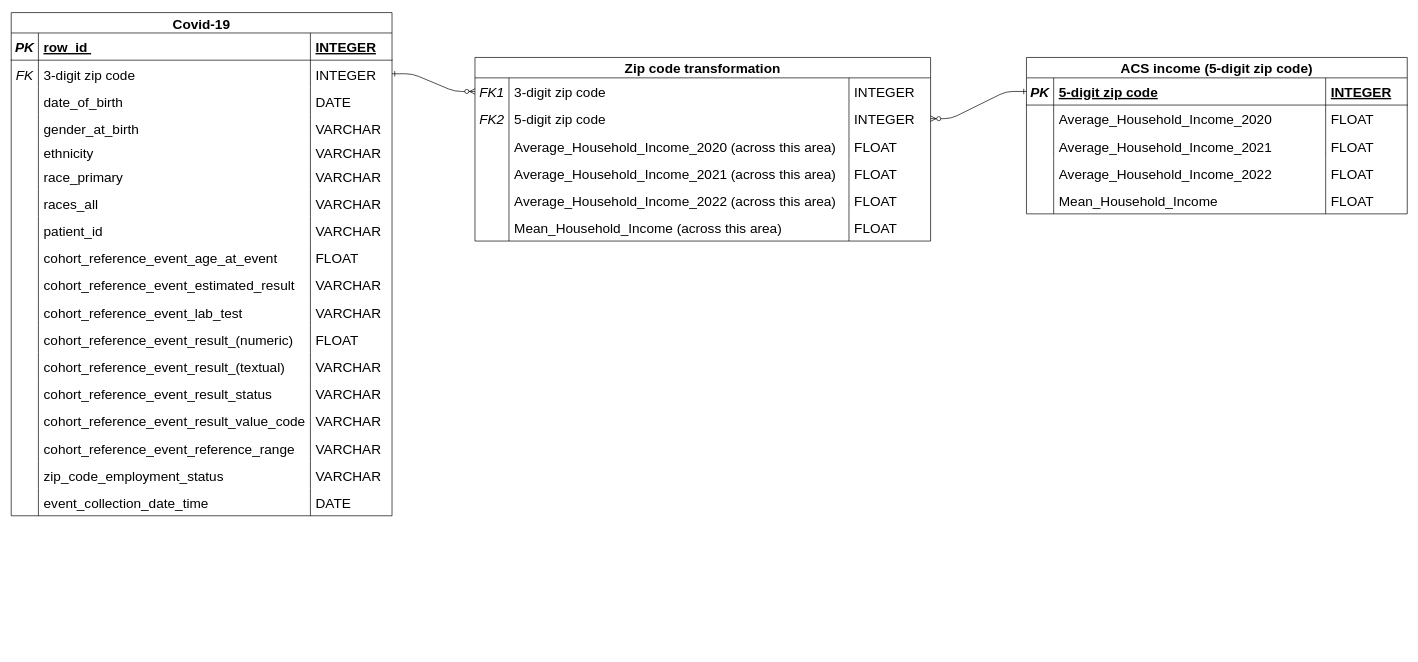
This is methods/covid_income_diagram.drawio from ronghanli2002/Analyzing-COVID-19-Disparities-in-Missouri-Through-a-Socioeconomic-Lens, a draw.io file, before an edit. Source tidied: cells renumbered, new cells numbered last; positions are measured from the earlier drawing's top-left corner, leaving out a move shared by most shapes. Both pictures are drawn from the tidied source at 68%, with x=0, y=0 at pixel (11, 12).
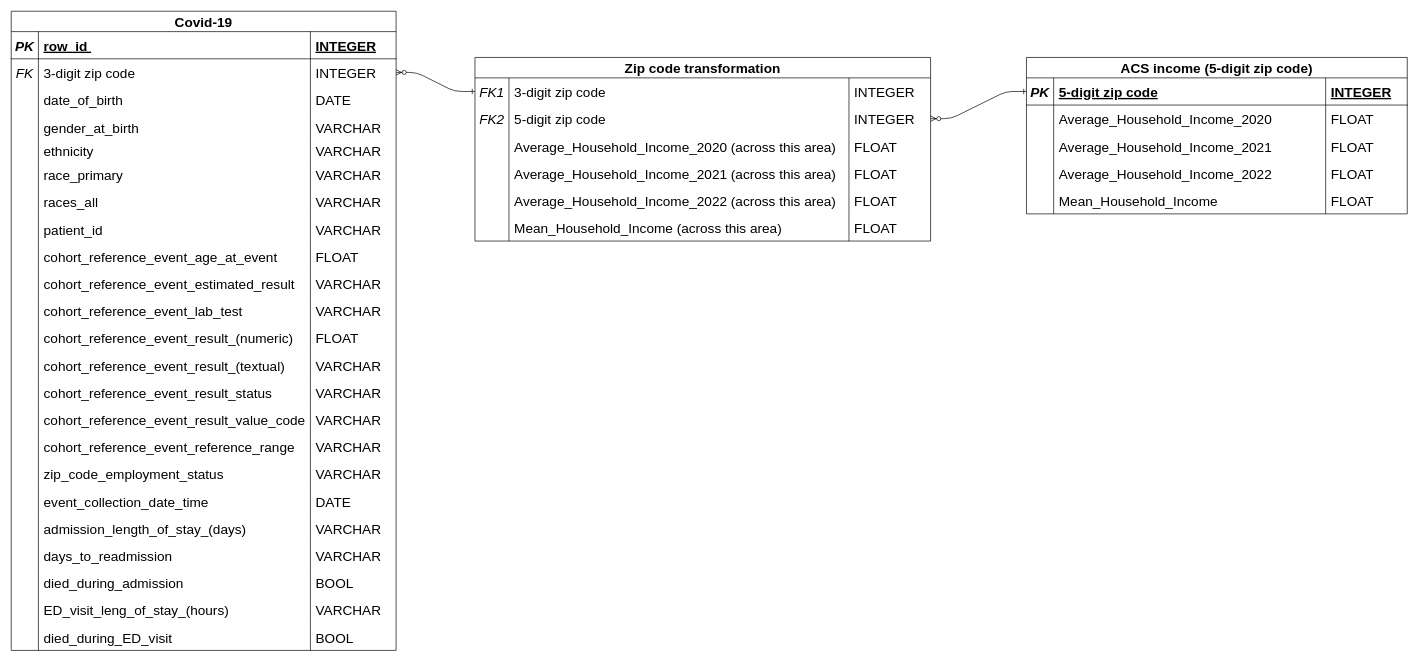
After the change.

Unchanged cells that the change refers to:
```xml
<mxCell id="4" style="shape=partialRectangle;fillColor=none;points=[[0,0.5],[1,0.5]];portConstraint=eastwest;top=0;left=0;right=0;bottom=0;fontSize=20;" parent="3" vertex="1">
  <mxGeometry y="30" width="670" height="40" as="geometry" />
</mxCell>
```

Change to the diagram source:
```diff
@@
-    <mxCell id="2" style="edgeStyle=entityRelationEdgeStyle;endArrow=ERzeroToMany;startArrow=ERone;endFill=1;startFill=0;exitX=1;exitY=0.5;exitDx=0;exitDy=0;entryX=0;entryY=0.5;entryDx=0;entryDy=0;fontSize=20;" parent="1" edge="1" source="33" target="4">
-      <mxGeometry relative="1" as="geometry" />
-    </mxCell>
@@
     <mxCell id="28" value="Covid-19" style="shape=table;startSize=30;childLayout=tableLayout;rowLines=0;fontStyle=1;align=center;fontSize=20;" parent="1" vertex="1">
-      <mxGeometry width="560" height="740" as="geometry" />
+      <mxGeometry y="-2" width="566" height="940" as="geometry" />
     </mxCell>
     <mxCell id="29" style="shape=partialRectangle;fillColor=none;top=0;left=0;right=0;bottom=1;fontSize=20;" parent="28" vertex="1">
-      <mxGeometry y="30" width="560" height="40" as="geometry" />
+      <mxGeometry y="30" width="566" height="40" as="geometry" />
     </mxCell>
@@
     <mxCell id="32" value="INTEGER" style="shape=partialRectangle;overflow=hidden;fillColor=none;top=0;left=0;bottom=0;right=0;align=left;spacingLeft=6;fontStyle=5;fontSize=20;" parent="29" vertex="1">
-      <mxGeometry x="440" width="120" height="40" as="geometry" />
+      <mxGeometry x="440" width="126" height="40" as="geometry" />
     </mxCell>
     <mxCell id="33" style="shape=partialRectangle;fillColor=none;points=[[0,0.5],[1,0.5]];portConstraint=eastwest;top=0;left=0;right=0;bottom=0;fontSize=20;" parent="28" vertex="1">
-      <mxGeometry y="70" width="560" height="40" as="geometry" />
+      <mxGeometry y="70" width="566" height="40" as="geometry" />
     </mxCell>
@@
     <mxCell id="36" value="INTEGER" style="shape=partialRectangle;overflow=hidden;fillColor=none;top=0;left=0;bottom=0;right=0;align=left;spacingLeft=6;fontSize=20;" parent="33" vertex="1">
-      <mxGeometry x="440" width="120" height="40" as="geometry" />
+      <mxGeometry x="440" width="126" height="40" as="geometry" />
     </mxCell>
     <mxCell id="37" style="shape=partialRectangle;fillColor=none;top=0;left=0;right=0;bottom=0;fontSize=20;" parent="28" vertex="1">
-      <mxGeometry y="110" width="560" height="40" as="geometry" />
+      <mxGeometry y="110" width="566" height="40" as="geometry" />
     </mxCell>
@@
     <mxCell id="40" value="DATE" style="shape=partialRectangle;overflow=hidden;fillColor=none;top=0;left=0;bottom=0;right=0;align=left;spacingLeft=6;fontSize=20;" parent="37" vertex="1">
-      <mxGeometry x="440" width="120" height="40" as="geometry" />
+      <mxGeometry x="440" width="126" height="40" as="geometry" />
     </mxCell>
     <mxCell id="41" style="shape=partialRectangle;fillColor=none;top=0;left=0;right=0;bottom=0;fontSize=20;" parent="28" vertex="1">
-      <mxGeometry y="150" width="560" height="40" as="geometry" />
+      <mxGeometry y="150" width="566" height="40" as="geometry" />
     </mxCell>
@@
     <mxCell id="44" value="VARCHAR" style="shape=partialRectangle;overflow=hidden;fillColor=none;top=0;left=0;bottom=0;right=0;align=left;spacingLeft=6;fontSize=20;" parent="41" vertex="1">
-      <mxGeometry x="440" width="120" height="40" as="geometry" />
+      <mxGeometry x="440" width="126" height="40" as="geometry" />
     </mxCell>
     <mxCell id="45" style="shape=partialRectangle;fillColor=none;top=0;left=0;right=0;bottom=0;fontSize=20;" parent="28" vertex="1">
-      <mxGeometry y="190" width="560" height="30" as="geometry" />
+      <mxGeometry y="190" width="566" height="30" as="geometry" />
     </mxCell>
@@
     <mxCell id="48" value="VARCHAR" style="shape=partialRectangle;overflow=hidden;fillColor=none;top=0;left=0;bottom=0;right=0;align=left;spacingLeft=6;fontSize=20;" parent="45" vertex="1">
-      <mxGeometry x="440" width="120" height="30" as="geometry" />
+      <mxGeometry x="440" width="126" height="30" as="geometry" />
     </mxCell>
     <mxCell id="49" style="shape=partialRectangle;fillColor=none;top=0;left=0;right=0;bottom=0;fontSize=20;" parent="28" vertex="1">
-      <mxGeometry y="220" width="560" height="40" as="geometry" />
+      <mxGeometry y="220" width="566" height="40" as="geometry" />
     </mxCell>
@@
     <mxCell id="52" value="VARCHAR" style="shape=partialRectangle;overflow=hidden;fillColor=none;top=0;left=0;bottom=0;right=0;align=left;spacingLeft=6;fontSize=20;" parent="49" vertex="1">
-      <mxGeometry x="440" width="120" height="40" as="geometry" />
+      <mxGeometry x="440" width="126" height="40" as="geometry" />
     </mxCell>
     <mxCell id="53" style="shape=partialRectangle;fillColor=none;top=0;left=0;right=0;bottom=0;fontSize=20;" parent="28" vertex="1">
-      <mxGeometry y="260" width="560" height="40" as="geometry" />
+      <mxGeometry y="260" width="566" height="40" as="geometry" />
     </mxCell>
@@
     <mxCell id="56" value="VARCHAR" style="shape=partialRectangle;overflow=hidden;fillColor=none;top=0;left=0;bottom=0;right=0;align=left;spacingLeft=6;fontSize=20;" parent="53" vertex="1">
-      <mxGeometry x="440" width="120" height="40" as="geometry" />
+      <mxGeometry x="440" width="126" height="40" as="geometry" />
     </mxCell>
     <mxCell id="57" style="shape=partialRectangle;fillColor=none;top=0;left=0;right=0;bottom=0;fontSize=20;" parent="28" vertex="1">
-      <mxGeometry y="300" width="560" height="40" as="geometry" />
+      <mxGeometry y="300" width="566" height="40" as="geometry" />
     </mxCell>
@@
     <mxCell id="60" value="VARCHAR" style="shape=partialRectangle;overflow=hidden;fillColor=none;top=0;left=0;bottom=0;right=0;align=left;spacingLeft=6;fontSize=20;" parent="57" vertex="1">
-      <mxGeometry x="440" width="120" height="40" as="geometry" />
+      <mxGeometry x="440" width="126" height="40" as="geometry" />
     </mxCell>
     <mxCell id="61" style="shape=partialRectangle;fillColor=none;top=0;left=0;right=0;bottom=0;fontSize=20;" parent="28" vertex="1">
-      <mxGeometry y="340" width="560" height="40" as="geometry" />
+      <mxGeometry y="340" width="566" height="40" as="geometry" />
     </mxCell>
@@
     <mxCell id="64" value="FLOAT" style="shape=partialRectangle;overflow=hidden;fillColor=none;top=0;left=0;bottom=0;right=0;align=left;spacingLeft=6;fontSize=20;" parent="61" vertex="1">
-      <mxGeometry x="440" width="120" height="40" as="geometry" />
+      <mxGeometry x="440" width="126" height="40" as="geometry" />
     </mxCell>
     <mxCell id="65" style="shape=partialRectangle;fillColor=none;top=0;left=0;right=0;bottom=0;fontSize=20;" parent="28" vertex="1">
-      <mxGeometry y="380" width="560" height="40" as="geometry" />
+      <mxGeometry y="380" width="566" height="40" as="geometry" />
     </mxCell>
@@
     <mxCell id="68" value="VARCHAR" style="shape=partialRectangle;overflow=hidden;fillColor=none;top=0;left=0;bottom=0;right=0;align=left;spacingLeft=6;fontSize=20;" parent="65" vertex="1">
-      <mxGeometry x="440" width="120" height="40" as="geometry" />
+      <mxGeometry x="440" width="126" height="40" as="geometry" />
     </mxCell>
     <mxCell id="69" style="shape=partialRectangle;fillColor=none;top=0;left=0;right=0;bottom=0;fontSize=20;" parent="28" vertex="1">
-      <mxGeometry y="420" width="560" height="40" as="geometry" />
+      <mxGeometry y="420" width="566" height="40" as="geometry" />
     </mxCell>
@@
     <mxCell id="72" value="VARCHAR" style="shape=partialRectangle;overflow=hidden;fillColor=none;top=0;left=0;bottom=0;right=0;align=left;spacingLeft=6;fontSize=20;" parent="69" vertex="1">
-      <mxGeometry x="440" width="120" height="40" as="geometry" />
+      <mxGeometry x="440" width="126" height="40" as="geometry" />
     </mxCell>
     <mxCell id="73" style="shape=partialRectangle;fillColor=none;top=0;left=0;right=0;bottom=0;fontSize=20;" parent="28" vertex="1">
-      <mxGeometry y="460" width="560" height="40" as="geometry" />
+      <mxGeometry y="460" width="566" height="40" as="geometry" />
     </mxCell>
@@
     <mxCell id="76" value="FLOAT" style="shape=partialRectangle;overflow=hidden;fillColor=none;top=0;left=0;bottom=0;right=0;align=left;spacingLeft=6;fontSize=20;" parent="73" vertex="1">
-      <mxGeometry x="440" width="120" height="40" as="geometry" />
+      <mxGeometry x="440" width="126" height="40" as="geometry" />
     </mxCell>
     <mxCell id="77" style="shape=partialRectangle;fillColor=none;top=0;left=0;right=0;bottom=0;fontSize=20;" parent="28" vertex="1">
-      <mxGeometry y="500" width="560" height="40" as="geometry" />
+      <mxGeometry y="500" width="566" height="40" as="geometry" />
     </mxCell>
@@
     <mxCell id="80" value="VARCHAR" style="shape=partialRectangle;overflow=hidden;fillColor=none;top=0;left=0;bottom=0;right=0;align=left;spacingLeft=6;fontSize=20;" parent="77" vertex="1">
-      <mxGeometry x="440" width="120" height="40" as="geometry" />
+      <mxGeometry x="440" width="126" height="40" as="geometry" />
     </mxCell>
     <mxCell id="81" style="shape=partialRectangle;fillColor=none;top=0;left=0;right=0;bottom=0;fontSize=20;" parent="28" vertex="1">
-      <mxGeometry y="540" width="560" height="40" as="geometry" />
+      <mxGeometry y="540" width="566" height="40" as="geometry" />
     </mxCell>
@@
     <mxCell id="84" value="VARCHAR" style="shape=partialRectangle;overflow=hidden;fillColor=none;top=0;left=0;bottom=0;right=0;align=left;spacingLeft=6;fontSize=20;" parent="81" vertex="1">
-      <mxGeometry x="440" width="120" height="40" as="geometry" />
+      <mxGeometry x="440" width="126" height="40" as="geometry" />
     </mxCell>
     <mxCell id="85" style="shape=partialRectangle;fillColor=none;top=0;left=0;right=0;bottom=0;fontSize=20;" parent="28" vertex="1">
-      <mxGeometry y="580" width="560" height="40" as="geometry" />
+      <mxGeometry y="580" width="566" height="40" as="geometry" />
     </mxCell>
@@
     <mxCell id="88" value="VARCHAR" style="shape=partialRectangle;overflow=hidden;fillColor=none;top=0;left=0;bottom=0;right=0;align=left;spacingLeft=6;fontSize=20;" parent="85" vertex="1">
-      <mxGeometry x="440" width="120" height="40" as="geometry" />
+      <mxGeometry x="440" width="126" height="40" as="geometry" />
     </mxCell>
     <mxCell id="89" style="shape=partialRectangle;fillColor=none;top=0;left=0;right=0;bottom=0;fontSize=20;" parent="28" vertex="1">
-      <mxGeometry y="620" width="560" height="40" as="geometry" />
+      <mxGeometry y="620" width="566" height="40" as="geometry" />
     </mxCell>
@@
     <mxCell id="92" value="VARCHAR" style="shape=partialRectangle;overflow=hidden;fillColor=none;top=0;left=0;bottom=0;right=0;align=left;spacingLeft=6;fontSize=20;" parent="89" vertex="1">
-      <mxGeometry x="440" width="120" height="40" as="geometry" />
+      <mxGeometry x="440" width="126" height="40" as="geometry" />
     </mxCell>
     <mxCell id="93" style="shape=partialRectangle;fillColor=none;top=0;left=0;right=0;bottom=0;fontSize=20;" parent="28" vertex="1">
-      <mxGeometry y="660" width="560" height="40" as="geometry" />
+      <mxGeometry y="660" width="566" height="40" as="geometry" />
     </mxCell>
@@
     <mxCell id="96" value="VARCHAR" style="shape=partialRectangle;overflow=hidden;fillColor=none;top=0;left=0;bottom=0;right=0;align=left;spacingLeft=6;fontSize=20;" parent="93" vertex="1">
-      <mxGeometry x="440" width="120" height="40" as="geometry" />
+      <mxGeometry x="440" width="126" height="40" as="geometry" />
     </mxCell>
     <mxCell id="97" style="shape=partialRectangle;fillColor=none;top=0;left=0;right=0;bottom=0;fontSize=20;" parent="28" vertex="1">
-      <mxGeometry y="700" width="560" height="40" as="geometry" />
+      <mxGeometry y="700" width="566" height="40" as="geometry" />
     </mxCell>
@@
     <mxCell id="100" value="DATE" style="shape=partialRectangle;overflow=hidden;fillColor=none;top=0;left=0;bottom=0;right=0;align=left;spacingLeft=6;fontSize=20;" parent="97" vertex="1">
-      <mxGeometry x="440" width="120" height="40" as="geometry" />
+      <mxGeometry x="440" width="126" height="40" as="geometry" />
     </mxCell>
+    <mxCell id="123" style="shape=partialRectangle;fillColor=none;top=0;left=0;right=0;bottom=0;fontSize=20;" parent="28" vertex="1">
+      <mxGeometry y="740" width="566" height="40" as="geometry" />
+    </mxCell>
+    <mxCell id="124" style="shape=partialRectangle;overflow=hidden;fillColor=none;top=0;left=0;bottom=0;right=0;fontSize=20;" parent="123" vertex="1">
+      <mxGeometry width="40" height="40" as="geometry" />
+    </mxCell>
+    <mxCell id="125" value="admission_length_of_stay_(days)" style="shape=partialRectangle;overflow=hidden;fillColor=none;top=0;left=0;bottom=0;right=0;align=left;spacingLeft=6;fontSize=20;" parent="123" vertex="1">
+      <mxGeometry x="40" width="400" height="40" as="geometry" />
+    </mxCell>
+    <mxCell id="126" value="VARCHAR" style="shape=partialRectangle;overflow=hidden;fillColor=none;top=0;left=0;bottom=0;right=0;align=left;spacingLeft=6;fontSize=20;" parent="123" vertex="1">
+      <mxGeometry x="440" width="126" height="40" as="geometry" />
+    </mxCell>
+    <mxCell id="127" style="shape=partialRectangle;fillColor=none;top=0;left=0;right=0;bottom=0;fontSize=20;" parent="28" vertex="1">
+      <mxGeometry y="780" width="566" height="40" as="geometry" />
+    </mxCell>
+    <mxCell id="128" style="shape=partialRectangle;overflow=hidden;fillColor=none;top=0;left=0;bottom=0;right=0;fontSize=20;" parent="127" vertex="1">
+      <mxGeometry width="40" height="40" as="geometry" />
+    </mxCell>
+    <mxCell id="129" value="days_to_readmission" style="shape=partialRectangle;overflow=hidden;fillColor=none;top=0;left=0;bottom=0;right=0;align=left;spacingLeft=6;fontSize=20;" parent="127" vertex="1">
+      <mxGeometry x="40" width="400" height="40" as="geometry" />
+    </mxCell>
+    <mxCell id="130" value="VARCHAR" style="shape=partialRectangle;overflow=hidden;fillColor=none;top=0;left=0;bottom=0;right=0;align=left;spacingLeft=6;fontSize=20;" parent="127" vertex="1">
+      <mxGeometry x="440" width="126" height="40" as="geometry" />
+    </mxCell>
+    <mxCell id="131" style="shape=partialRectangle;fillColor=none;top=0;left=0;right=0;bottom=0;fontSize=20;" parent="28" vertex="1">
+      <mxGeometry y="820" width="566" height="40" as="geometry" />
+    </mxCell>
+    <mxCell id="132" style="shape=partialRectangle;overflow=hidden;fillColor=none;top=0;left=0;bottom=0;right=0;fontSize=20;" parent="131" vertex="1">
+      <mxGeometry width="40" height="40" as="geometry" />
+    </mxCell>
+    <mxCell id="133" value="died_during_admission" style="shape=partialRectangle;overflow=hidden;fillColor=none;top=0;left=0;bottom=0;right=0;align=left;spacingLeft=6;fontSize=20;" parent="131" vertex="1">
+      <mxGeometry x="40" width="400" height="40" as="geometry" />
+    </mxCell>
+    <mxCell id="134" value="BOOL" style="shape=partialRectangle;overflow=hidden;fillColor=none;top=0;left=0;bottom=0;right=0;align=left;spacingLeft=6;fontSize=20;" parent="131" vertex="1">
+      <mxGeometry x="440" width="126" height="40" as="geometry" />
+    </mxCell>
+    <mxCell id="135" style="shape=partialRectangle;fillColor=none;top=0;left=0;right=0;bottom=0;fontSize=20;" parent="28" vertex="1">
+      <mxGeometry y="860" width="566" height="40" as="geometry" />
+    </mxCell>
+    <mxCell id="136" style="shape=partialRectangle;overflow=hidden;fillColor=none;top=0;left=0;bottom=0;right=0;fontSize=20;" parent="135" vertex="1">
+      <mxGeometry width="40" height="40" as="geometry" />
+    </mxCell>
+    <mxCell id="137" value="ED_visit_leng_of_stay_(hours)" style="shape=partialRectangle;overflow=hidden;fillColor=none;top=0;left=0;bottom=0;right=0;align=left;spacingLeft=6;fontSize=20;" parent="135" vertex="1">
+      <mxGeometry x="40" width="400" height="40" as="geometry" />
+    </mxCell>
+    <mxCell id="138" value="VARCHAR" style="shape=partialRectangle;overflow=hidden;fillColor=none;top=0;left=0;bottom=0;right=0;align=left;spacingLeft=6;fontSize=20;" parent="135" vertex="1">
+      <mxGeometry x="440" width="126" height="40" as="geometry" />
+    </mxCell>
+    <mxCell id="139" style="shape=partialRectangle;fillColor=none;top=0;left=0;right=0;bottom=0;fontSize=20;" parent="28" vertex="1">
+      <mxGeometry y="900" width="566" height="40" as="geometry" />
+    </mxCell>
+    <mxCell id="140" style="shape=partialRectangle;overflow=hidden;fillColor=none;top=0;left=0;bottom=0;right=0;fontSize=20;" parent="139" vertex="1">
+      <mxGeometry width="40" height="40" as="geometry" />
+    </mxCell>
+    <mxCell id="141" value="died_during_ED_visit" style="shape=partialRectangle;overflow=hidden;fillColor=none;top=0;left=0;bottom=0;right=0;align=left;spacingLeft=6;fontSize=20;" parent="139" vertex="1">
+      <mxGeometry x="40" width="400" height="40" as="geometry" />
+    </mxCell>
+    <mxCell id="142" value="BOOL" style="shape=partialRectangle;overflow=hidden;fillColor=none;top=0;left=0;bottom=0;right=0;align=left;spacingLeft=6;fontSize=20;" parent="139" vertex="1">
+      <mxGeometry x="440" width="126" height="40" as="geometry" />
+    </mxCell>
@@
+    <mxCell id="2" style="edgeStyle=entityRelationEdgeStyle;endArrow=ERzeroToMany;startArrow=ERone;endFill=1;startFill=0;exitX=0;exitY=0.5;exitDx=0;exitDy=0;entryX=1;entryY=0.5;entryDx=0;entryDy=0;fontSize=20;" parent="1" edge="1" source="4" target="33">
+      <mxGeometry relative="1" as="geometry" />
+    </mxCell>
```
